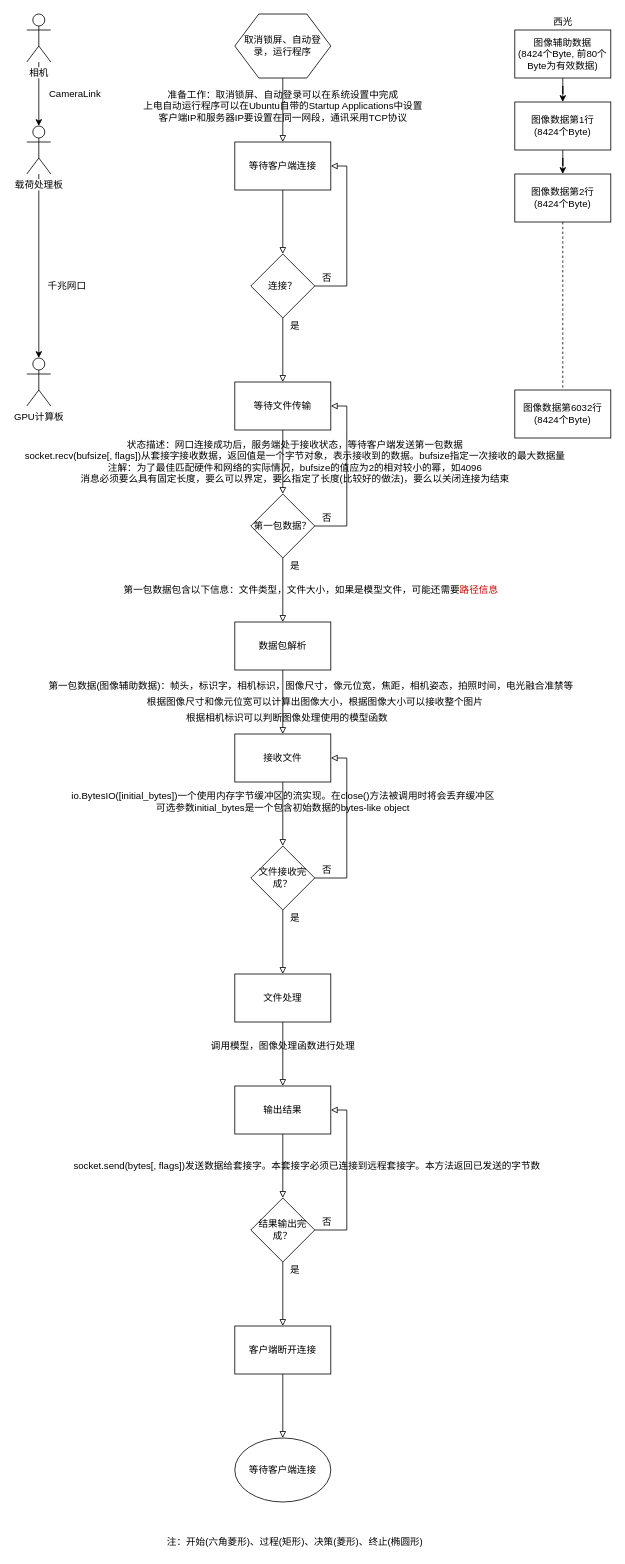
Before: 图像处理软件概要设计.drawio in hhwjsw711/image_process, a draw.io diagram. Source tidied: cells renumbered, new cells numbered last; positions are measured from the earlier drawing's top-left corner, leaving out a move shared by most shapes. Both pictures are drawn from the tidied source at 80%, with x=0, y=0 at pixel (18, 14).
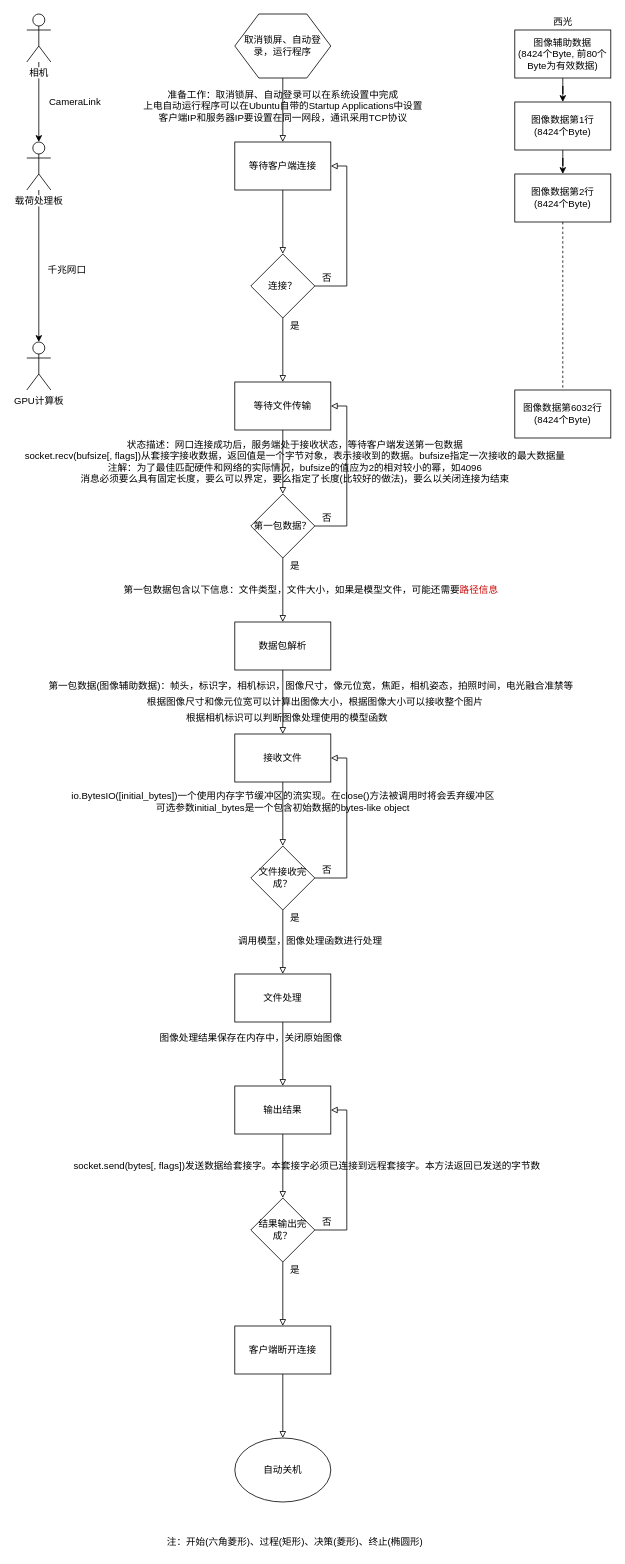
Above is the later version.

Commit message:
更新图像处理软件概要设计.drawio

The edit, as a diff of the source:
```diff
@@
     <mxCell id="5" value="载荷处理板" style="shape=umlActor;verticalLabelPosition=bottom;labelBackgroundColor=#ffffff;verticalAlign=top;html=1;outlineConnect=0;shadow=0;strokeWidth=1;" parent="1" vertex="1">
-      <mxGeometry x="10" y="140" width="30" height="60" as="geometry" />
+      <mxGeometry x="10" y="160" width="30" height="60" as="geometry" />
     </mxCell>
     <mxCell id="6" value="GPU计算板" style="shape=umlActor;verticalLabelPosition=bottom;labelBackgroundColor=#ffffff;verticalAlign=top;html=1;outlineConnect=0;shadow=0;strokeWidth=1;" parent="1" vertex="1">
-      <mxGeometry x="10" y="430" width="30" height="60" as="geometry" />
+      <mxGeometry x="10" y="410" width="30" height="60" as="geometry" />
     </mxCell>
     <mxCell id="7" value="CameraLink" style="text;html=1;align=center;verticalAlign=middle;" parent="1" vertex="1">
-      <mxGeometry x="30" y="90" width="80" height="20" as="geometry" />
+      <mxGeometry x="30" y="100" width="80" height="20" as="geometry" />
     </mxCell>
     <mxCell id="8" value="千兆网口" style="text;html=1;align=center;verticalAlign=middle;" parent="1" vertex="1">
-      <mxGeometry x="30" y="330" width="60" height="20" as="geometry" />
+      <mxGeometry x="30" y="310" width="60" height="20" as="geometry" />
     </mxCell>
@@
-    <mxCell id="46" value="等待客户端连接" style="ellipse;whiteSpace=wrap;html=1;shadow=0;strokeWidth=1;" parent="1" vertex="1">
+    <mxCell id="46" value="自动关机" style="ellipse;whiteSpace=wrap;html=1;shadow=0;strokeWidth=1;" parent="1" vertex="1">
       <mxGeometry x="270" y="1780" width="120" height="80" as="geometry" />
     </mxCell>
@@
     <mxCell id="62" value="调用模型，图像处理函数进行处理" style="text;html=1;align=center;verticalAlign=middle;" parent="1" vertex="1">
-      <mxGeometry x="230" y="1280" width="200" height="20" as="geometry" />
+      <mxGeometry x="264" y="1149" width="200" height="20" as="geometry" />
     </mxCell>
@@
+    <mxCell id="64" value="图像处理结果保存在内存中，关闭原始图像" style="text;html=1;align=center;verticalAlign=middle;" parent="1" vertex="1">
+      <mxGeometry x="170" y="1270" width="240" height="20" as="geometry" />
+    </mxCell>
```
